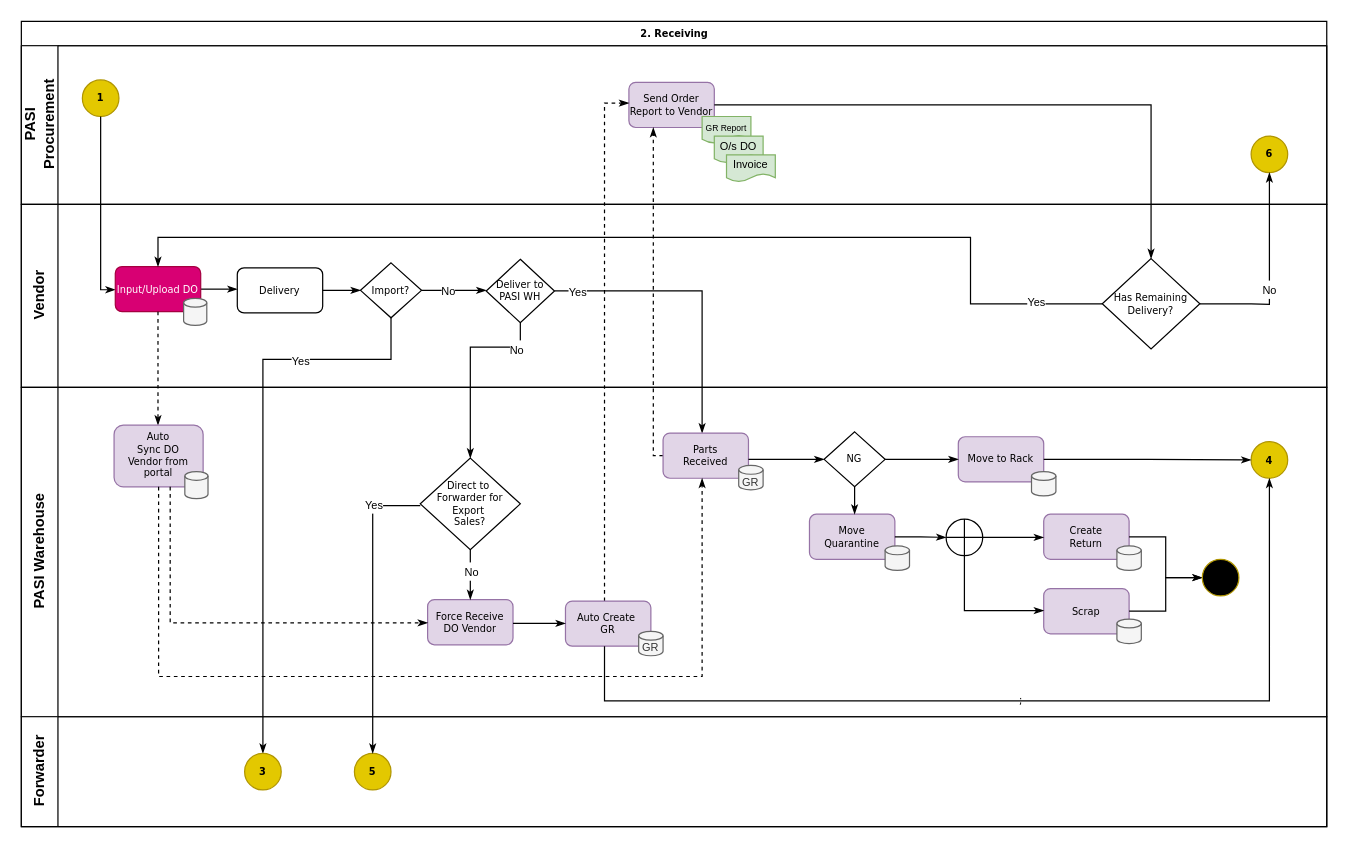
Earlier version of the draw.io diagram page "2. Receiving" (3 of 8) of PASI - PPS.drawio (hendrasaputra0501/pasi-bpa). Source tidied: cells renumbered, new cells numbered last; positions are measured from the earlier drawing's top-left corner, leaving out a move shared by most shapes. Both pictures are drawn from the tidied source at 122%, with x=0, y=0 at pixel (21, 21).
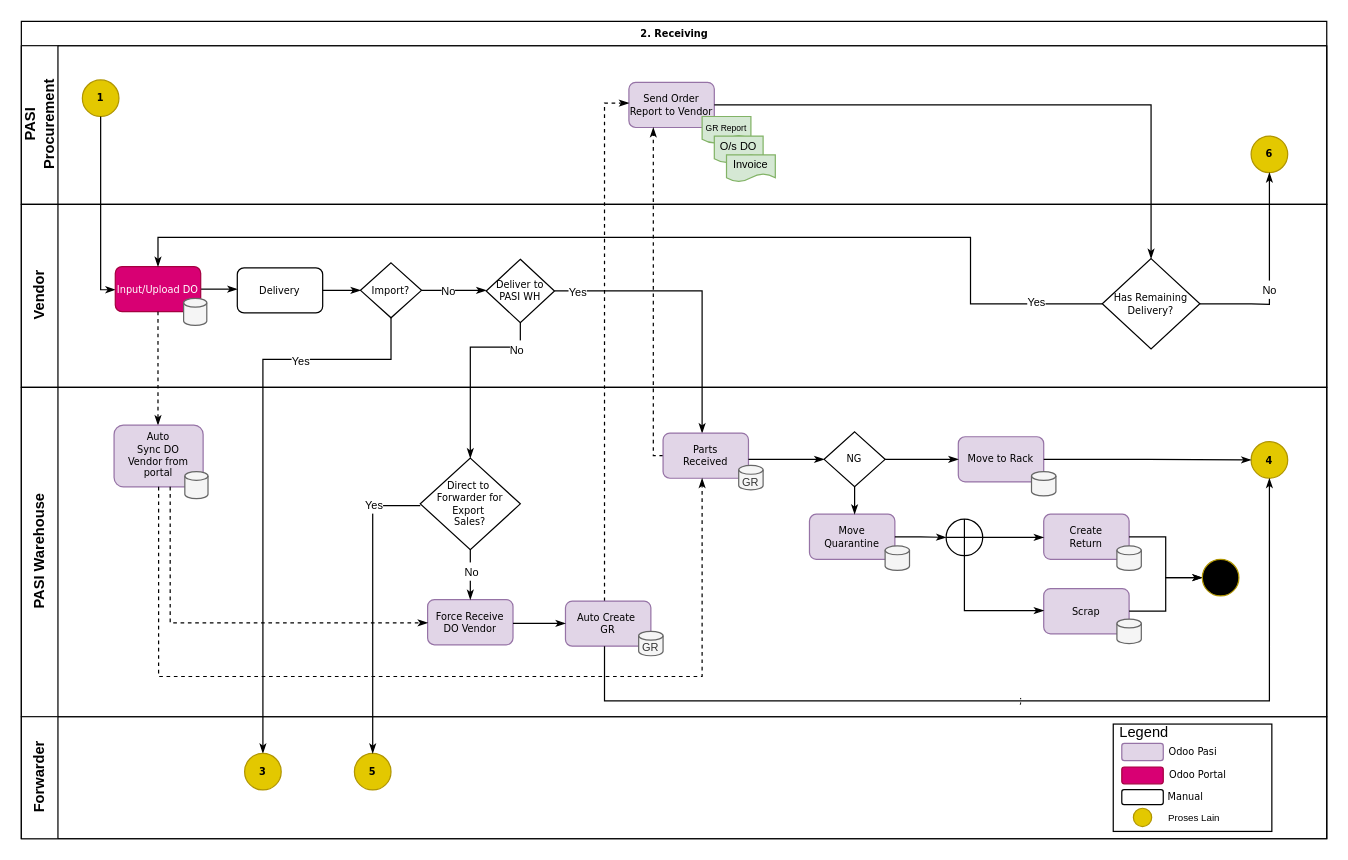
Above is the later version.

Change to the diagram source:
```diff
@@
     <mxCell id="2" value="2. Receiving" style="swimlane;html=1;horizontal=1;startSize=20;rounded=0;shadow=0;labelBackgroundColor=none;strokeWidth=1;fontFamily=Verdana;fontSize=8;align=center;" parent="1" vertex="1">
-      <mxGeometry width="1070" height="660" as="geometry" />
+      <mxGeometry width="1070" height="670" as="geometry" />
     </mxCell>
@@
     <mxCell id="70" value="Forwarder" style="swimlane;html=1;startSize=30;horizontal=0;" parent="2" vertex="1">
-      <mxGeometry y="570" width="1070" height="90" as="geometry" />
+      <mxGeometry y="570" width="1070" height="100" as="geometry" />
     </mxCell>
@@
+    <mxCell id="77" style="group;" parent="70" vertex="1">
+      <mxGeometry x="895" y="6" width="130" height="88" as="geometry" />
+    </mxCell>
+    <mxCell id="78" value="Legend" style="rounded=0;html=1;spacingLeft=-80;spacingTop=-75;" parent="77" vertex="1">
+      <mxGeometry width="130" height="88" as="geometry" />
+    </mxCell>
+    <mxCell id="79" value="Odoo Pasi" style="rounded=1;html=1;shadow=0;labelBackgroundColor=none;strokeWidth=1;fontFamily=Verdana;fontSize=8;align=center;strokeColor=#9673a6;verticalAlign=middle;fontColor=default;fillColor=#e1d5e7;spacingLeft=82;" parent="77" vertex="1">
+      <mxGeometry x="7" y="15.8" width="34" height="14.2" as="geometry" />
+    </mxCell>
+    <mxCell id="80" value="Odoo Portal" style="rounded=1;html=1;shadow=0;labelBackgroundColor=none;strokeWidth=1;fontFamily=Verdana;fontSize=8;align=center;fillColor=#d80073;fontColor=#000000;strokeColor=#A50040;spacingLeft=90;" parent="77" vertex="1">
+      <mxGeometry x="7" y="35.2" width="34" height="13.8" as="geometry" />
+    </mxCell>
+    <mxCell id="81" value="Manual" style="rounded=1;html=1;shadow=0;labelBackgroundColor=none;strokeWidth=1;fontFamily=Verdana;fontSize=8;align=center;spacingLeft=70;" parent="77" vertex="1">
+      <mxGeometry x="7" y="53.8" width="34" height="12.2" as="geometry" />
+    </mxCell>
+    <mxCell id="82" value="Proses Lain" style="ellipse;html=1;strokeColor=#B09500;align=center;verticalAlign=middle;fontFamily=Helvetica;fontSize=8;fontColor=#000000;fillColor=#e3c800;spacingLeft=84;" parent="77" vertex="1">
+      <mxGeometry x="16.5" y="69" width="15" height="15" as="geometry" />
+    </mxCell>
```
